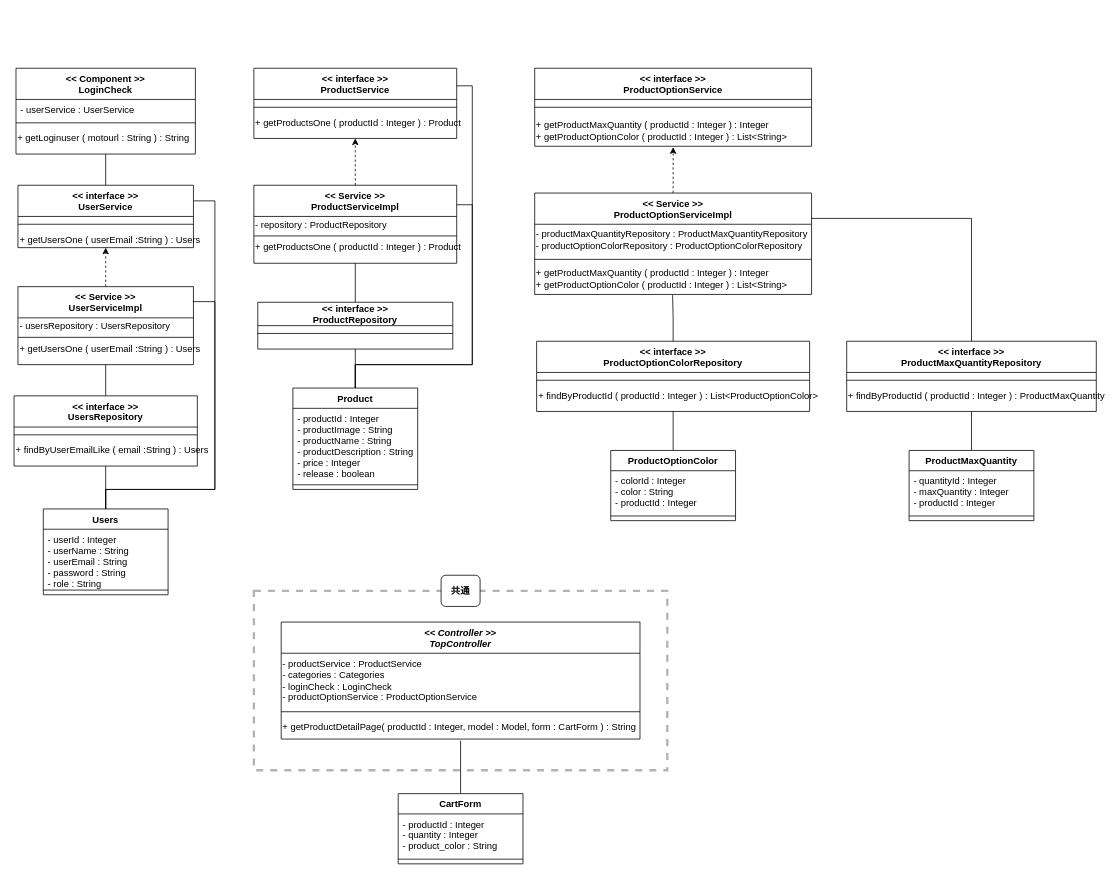
The draw.io diagram page "topページ_商品詳細ページ表示" (2 of 13) of クラス図4.drawio in kumikoarai/ecsite, before the edit. Source tidied: cells renumbered, new cells numbered last; positions are measured from the earlier drawing's top-left corner, leaving out a move shared by most shapes. Both pictures are drawn from the tidied source at 78%, with x=0, y=0 at pixel (13, 68).
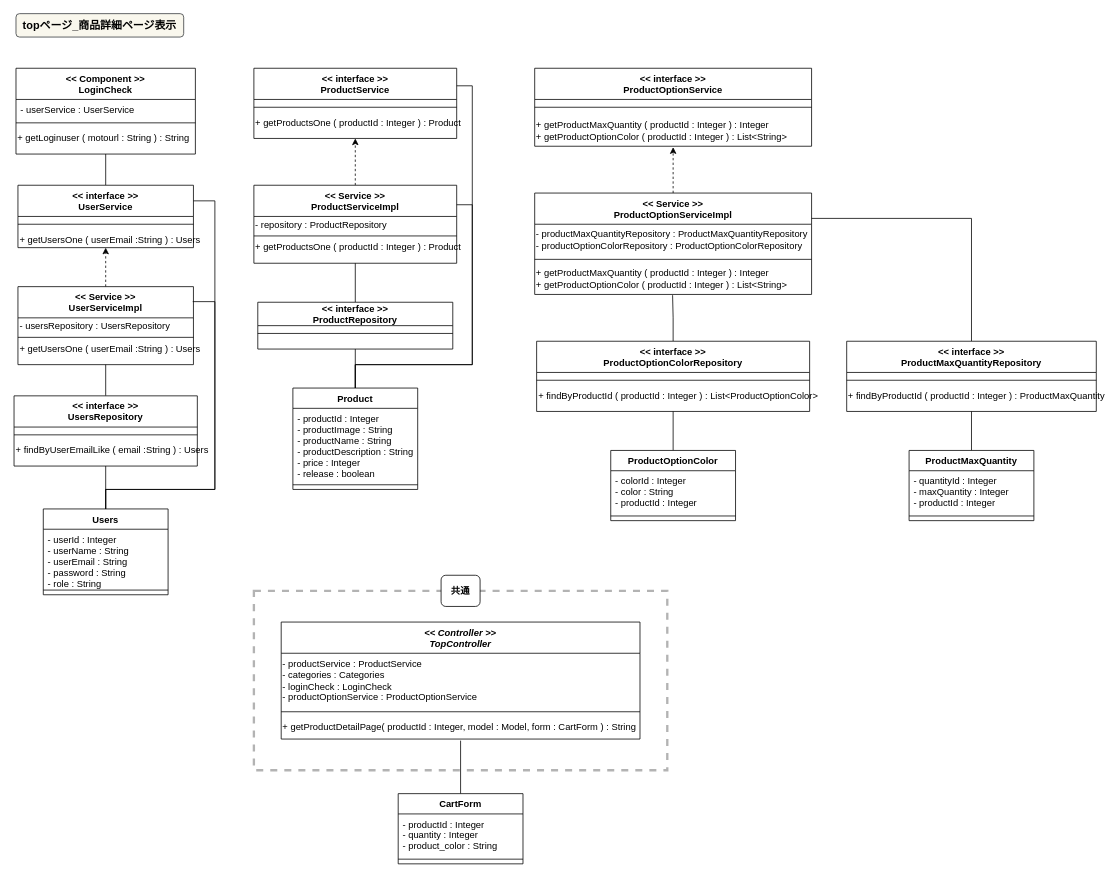
The same page after the edit.

The edit, as a diff of the source:
```diff
@@
+    <mxCell id="76" value="topページ_商品詳細ページ表示" style="rounded=1;whiteSpace=wrap;html=1;fontStyle=1;fontSize=14;labelBackgroundColor=none;fillColor=#f9f7ed;strokeColor=#36393d;" parent="1" vertex="1">
+      <mxGeometry x="3" y="-70" width="215" height="30" as="geometry" />
+    </mxCell>
```
